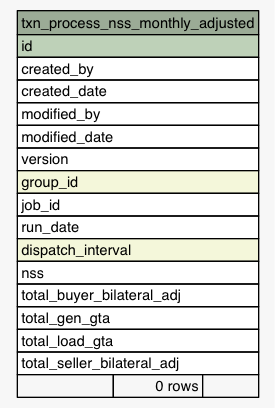
Above: Data/settlement/diagrams/summary/txn_process_nss_monthly_adjusted.1degree.png in eyana-m/python-data-dictionary-writer (Graphviz), before the change. Its source is kept beside it as Data/settlement/diagrams/summary/txn_process_nss_monthly_adjusted.1degree.dot. Source of this version:
```dot
digraph "txn_process_nss_monthly_adjusted" {
  graph [
    rankdir="RL"
    bgcolor="#f7f7f7"
    nodesep="0.18"
    ranksep="0.46"
    fontname="Helvetica"
    fontsize="11"
  ];
  node [
    fontname="Helvetica"
    fontsize="11"
    shape="plaintext"
  ];
  edge [
    arrowsize="0.8"
  ];
  "txn_process_nss_monthly_adjusted" [
    label=<
    <TABLE BORDER="0" CELLBORDER="1" CELLSPACING="0" BGCOLOR="#ffffff">
      <TR><TD COLSPAN="3" BGCOLOR="#9bab96" ALIGN="CENTER">txn_process_nss_monthly_adjusted</TD></TR>
      <TR><TD PORT="id" COLSPAN="3" BGCOLOR="#bed1b8" ALIGN="LEFT">id</TD></TR>
      <TR><TD PORT="created_by" COLSPAN="3" ALIGN="LEFT">created_by</TD></TR>
      <TR><TD PORT="created_date" COLSPAN="3" ALIGN="LEFT">created_date</TD></TR>
      <TR><TD PORT="modified_by" COLSPAN="3" ALIGN="LEFT">modified_by</TD></TR>
      <TR><TD PORT="modified_date" COLSPAN="3" ALIGN="LEFT">modified_date</TD></TR>
      <TR><TD PORT="version" COLSPAN="3" ALIGN="LEFT">version</TD></TR>
      <TR><TD PORT="group_id" COLSPAN="3" BGCOLOR="#f4f7da" ALIGN="LEFT">group_id</TD></TR>
      <TR><TD PORT="job_id" COLSPAN="3" ALIGN="LEFT">job_id</TD></TR>
      <TR><TD PORT="run_date" COLSPAN="3" ALIGN="LEFT">run_date</TD></TR>
      <TR><TD PORT="dispatch_interval" COLSPAN="3" BGCOLOR="#f4f7da" ALIGN="LEFT">dispatch_interval</TD></TR>
      <TR><TD PORT="nss" COLSPAN="3" ALIGN="LEFT">nss</TD></TR>
      <TR><TD PORT="total_buyer_bilateral_adj" COLSPAN="3" ALIGN="LEFT">total_buyer_bilateral_adj</TD></TR>
      <TR><TD PORT="total_gen_gta" COLSPAN="3" ALIGN="LEFT">total_gen_gta</TD></TR>
      <TR><TD PORT="total_load_gta" COLSPAN="3" ALIGN="LEFT">total_load_gta</TD></TR>
      <TR><TD PORT="total_seller_bilateral_adj" COLSPAN="3" ALIGN="LEFT">total_seller_bilateral_adj</TD></TR>
      <TR><TD ALIGN="LEFT" BGCOLOR="#f7f7f7">  </TD><TD ALIGN="RIGHT" BGCOLOR="#f7f7f7">0 rows</TD><TD ALIGN="RIGHT" BGCOLOR="#f7f7f7">  </TD></TR>
    </TABLE>>
    URL="tables/txn_process_nss_monthly_adjusted.html"
    tooltip="txn_process_nss_monthly_adjusted"
  ];
}
```
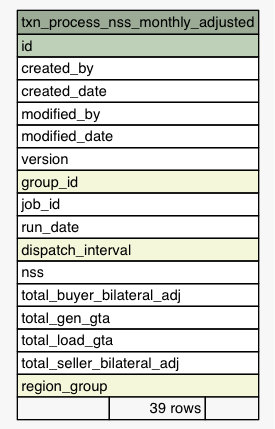
Above is the later version.

The edit, as a diff of the source:
```diff
@@ -34,7 +34,8 @@
       <TR><TD PORT="total_gen_gta" COLSPAN="3" ALIGN="LEFT">total_gen_gta</TD></TR>
       <TR><TD PORT="total_load_gta" COLSPAN="3" ALIGN="LEFT">total_load_gta</TD></TR>
       <TR><TD PORT="total_seller_bilateral_adj" COLSPAN="3" ALIGN="LEFT">total_seller_bilateral_adj</TD></TR>
-      <TR><TD ALIGN="LEFT" BGCOLOR="#f7f7f7">  </TD><TD ALIGN="RIGHT" BGCOLOR="#f7f7f7">0 rows</TD><TD ALIGN="RIGHT" BGCOLOR="#f7f7f7">  </TD></TR>
+      <TR><TD PORT="region_group" COLSPAN="3" BGCOLOR="#f4f7da" ALIGN="LEFT">region_group</TD></TR>
+      <TR><TD ALIGN="LEFT" BGCOLOR="#f7f7f7">  </TD><TD ALIGN="RIGHT" BGCOLOR="#f7f7f7">39 rows</TD><TD ALIGN="RIGHT" BGCOLOR="#f7f7f7">  </TD></TR>
     </TABLE>>
     URL="tables/txn_process_nss_monthly_adjusted.html"
     tooltip="txn_process_nss_monthly_adjusted"
```
